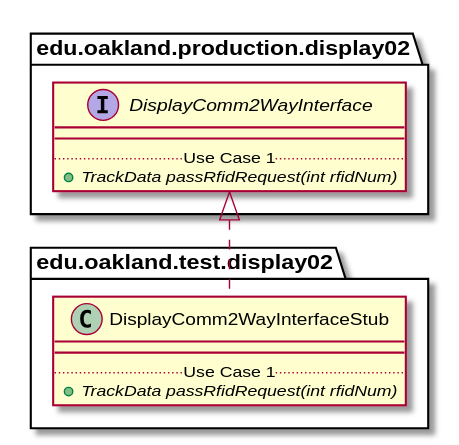
The PlantUML diagram docs/uml-class-diagrams/display02/test/DisplayComm2WayInterfaceStub/DisplayComm2WayInterfaceStub_DirectDependencies.svg in andrewdimmer/csi-3370-software-project, before a commit.
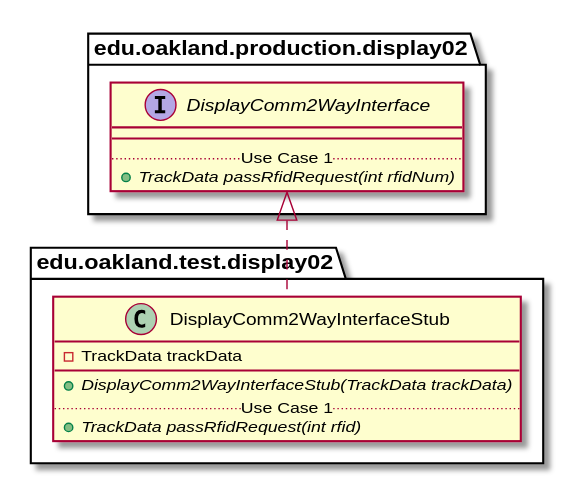
After the commit.

What changed in the source:
```diff
@@ -3,9 +3,11 @@
 
 package edu.oakland.test.display02 {
     class DisplayComm2WayInterfaceStub {
+        - TrackData trackData
         __
+        {abstract} + DisplayComm2WayInterfaceStub(TrackData trackData)
         .. Use Case 1 ..
-        {abstract} + TrackData passRfidRequest(int rfidNum)
+        {abstract} + TrackData passRfidRequest(int rfid)
     }
 }
 
```
